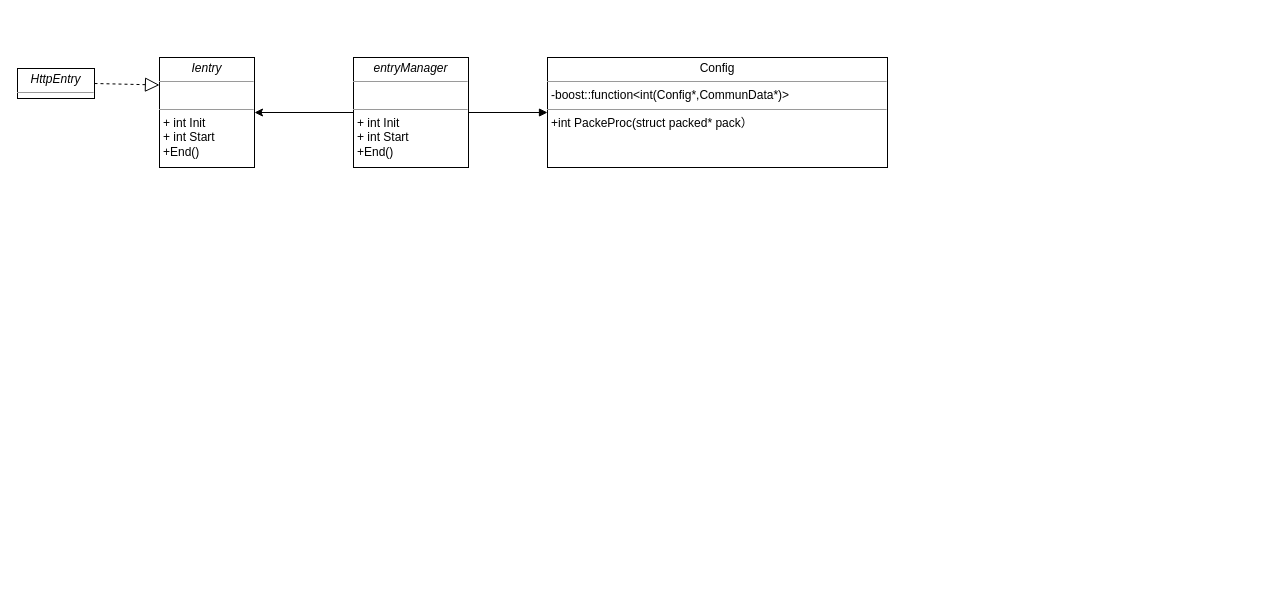
huangPeiLc/drawio keeps this draw.io diagram as 录播get.drawio. Above is the earlier version. Source tidied: cells renumbered, new cells numbered last; positions are measured from the earlier drawing's top-left corner, leaving out a move shared by most shapes. Both pictures are drawn from the tidied source at 100%, with x=0, y=0 at pixel (17, 57).
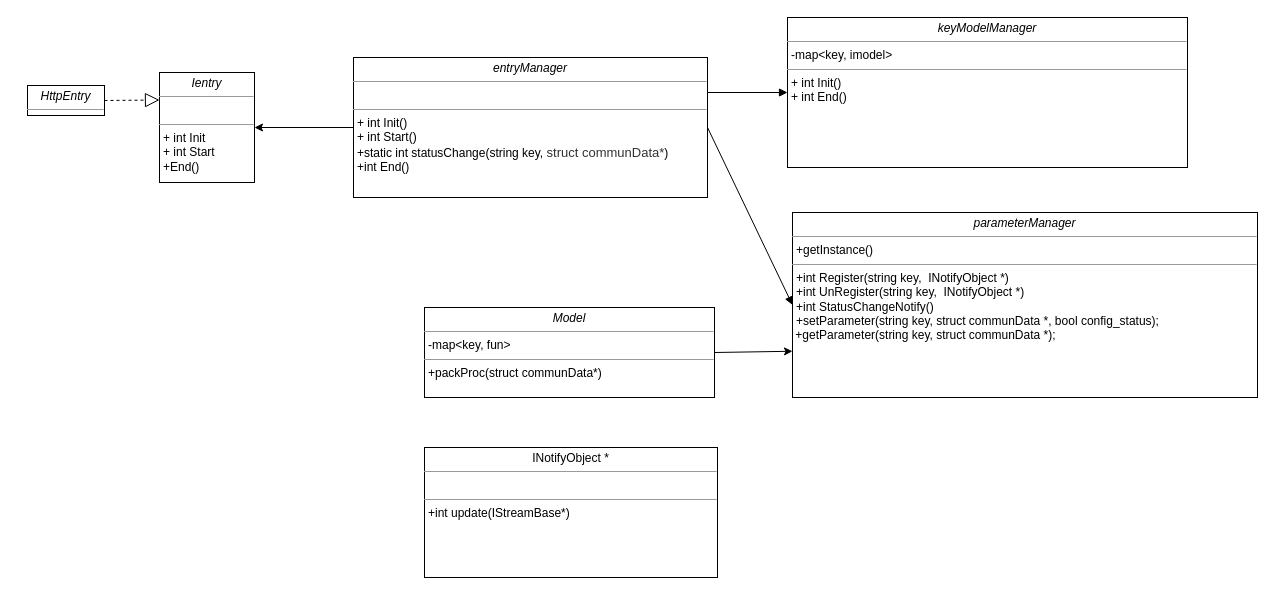
The same diagram, later.

Diff of the diagram source:
```diff
@@
 <mxGraphModel background="#ffffff">
   <root>
     <mxCell id="0" />
     <mxCell id="1" parent="0" />
-    <mxCell id="2" value="&lt;p style=&quot;margin: 4px 0px 0px ; text-align: center&quot;&gt;&lt;span style=&quot;text-align: left&quot;&gt;Config&lt;/span&gt;&lt;br&gt;&lt;/p&gt;&lt;hr size=&quot;1&quot;&gt;&lt;p style=&quot;margin: 0px ; margin-left: 4px&quot;&gt;-boost::function&amp;lt;int(Config*,CommunData*)&amp;gt;&lt;/p&gt;&lt;hr size=&quot;1&quot;&gt;&lt;p style=&quot;margin: 0px ; margin-left: 4px&quot;&gt;+int PackeProc(struct packed* pack）&lt;/p&gt;&lt;br&gt;&lt;p style=&quot;margin: 0px ; margin-left: 4px&quot;&gt;&lt;br&gt;&lt;/p&gt;" style="verticalAlign=top;align=left;overflow=fill;fontSize=12;fontFamily=Helvetica;html=1;rounded=0;shadow=0;comic=0;labelBackgroundColor=none;strokeColor=#000000;strokeWidth=1;fillColor=#ffffff;" parent="1" vertex="1">
-      <mxGeometry x="530" width="340" height="110" as="geometry" />
+    <mxCell id="2" value="&lt;p style=&quot;margin: 4px 0px 0px ; text-align: center&quot;&gt;&lt;i style=&quot;white-space: normal&quot;&gt;&lt;span style=&quot;white-space: nowrap&quot;&gt;parameterManager&lt;/span&gt;&lt;/i&gt;&lt;br&gt;&lt;/p&gt;&lt;hr size=&quot;1&quot;&gt;&lt;p style=&quot;margin: 0px ; margin-left: 4px&quot;&gt;+getInstance()&lt;/p&gt;&lt;hr size=&quot;1&quot;&gt;&lt;p style=&quot;margin: 0px ; margin-left: 4px&quot;&gt;+int Register(string key,&amp;nbsp; INotifyObject *)&lt;/p&gt;&lt;p style=&quot;margin: 0px ; margin-left: 4px&quot;&gt;+int UnRegister(string key,&amp;nbsp; INotifyObject *)&lt;br&gt;&lt;/p&gt;&lt;p style=&quot;margin: 0px ; margin-left: 4px&quot;&gt;+int StatusChangeNotify()&lt;/p&gt;&lt;p style=&quot;margin: 0px ; margin-left: 4px&quot;&gt;+setParameter(string key, struct communData *, bool config_status);&lt;/p&gt;&amp;nbsp;+getParameter(string key, struct communData *);&lt;br&gt;&lt;i style=&quot;text-align: center ; white-space: normal&quot;&gt;&lt;span style=&quot;white-space: nowrap&quot;&gt;&lt;br&gt;&lt;/span&gt;&lt;/i&gt;" style="verticalAlign=top;align=left;overflow=fill;fontSize=12;fontFamily=Helvetica;html=1;rounded=0;shadow=0;comic=0;labelBackgroundColor=none;strokeColor=#000000;strokeWidth=1;fillColor=#ffffff;" parent="1" vertex="1">
+      <mxGeometry x="775" y="155" width="465" height="185" as="geometry" />
     </mxCell>
     <mxCell id="3" value="&lt;p style=&quot;margin: 0px ; margin-top: 4px ; text-align: center&quot;&gt;&lt;i&gt;Ientry&lt;/i&gt;&lt;/p&gt;&lt;hr size=&quot;1&quot;&gt;&lt;p style=&quot;margin: 0px ; margin-left: 4px&quot;&gt;&lt;br&gt;&lt;/p&gt;&lt;hr size=&quot;1&quot;&gt;&lt;p style=&quot;margin: 0px ; margin-left: 4px&quot;&gt;+ int Init&lt;br&gt;+ int Start&lt;/p&gt;&lt;p style=&quot;margin: 0px ; margin-left: 4px&quot;&gt;+End()&lt;/p&gt;" style="verticalAlign=top;align=left;overflow=fill;fontSize=12;fontFamily=Helvetica;html=1;rounded=0;shadow=0;comic=0;labelBackgroundColor=none;strokeColor=#000000;strokeWidth=1;fillColor=#ffffff;" parent="1" vertex="1">
-      <mxGeometry x="142" width="95" height="110" as="geometry" />
+      <mxGeometry x="142" y="15" width="95" height="110" as="geometry" />
     </mxCell>
     <mxCell id="4" value="&lt;p style=&quot;margin: 0px ; margin-top: 4px ; text-align: center&quot;&gt;&lt;i&gt;HttpEntry&lt;/i&gt;&lt;/p&gt;&lt;hr size=&quot;1&quot;&gt;&lt;p style=&quot;margin: 0px ; margin-left: 4px&quot;&gt;&lt;br&gt;&lt;/p&gt;&lt;hr size=&quot;1&quot;&gt;&lt;p style=&quot;margin: 0px ; margin-left: 4px&quot;&gt;&lt;br&gt;&lt;/p&gt;" style="verticalAlign=top;align=left;overflow=fill;fontSize=12;fontFamily=Helvetica;html=1;rounded=0;shadow=0;comic=0;labelBackgroundColor=none;strokeColor=#000000;strokeWidth=1;fillColor=#ffffff;" parent="1" vertex="1">
-      <mxGeometry y="11" width="77" height="30" as="geometry" />
+      <mxGeometry x="10" y="28" width="77" height="30" as="geometry" />
     </mxCell>
     <mxCell id="5" style="endArrow=block;dashed=1;endFill=0;endSize=12;html=1;entryX=0;entryY=0.25;entryDx=0;entryDy=0;exitX=1;exitY=0.5;exitDx=0;exitDy=0;" parent="1" edge="1" source="4" target="3">
       <mxGeometry relative="1" as="geometry" />
     </mxCell>
     <mxCell id="6" style="html=1;verticalAlign=bottom;endArrow=block;entryX=0;entryY=0.5;entryDx=0;entryDy=0;exitX=1;exitY=0.5;exitDx=0;exitDy=0;" parent="1" edge="1" source="8" target="2">
       <mxGeometry relative="1" as="geometry" />
     </mxCell>
     <mxCell id="7" style="edgeStyle=orthogonalEdgeStyle;rounded=0;jettySize=auto;html=1;exitX=0;exitY=0.5;exitDx=0;exitDy=0;entryX=1;entryY=0.5;entryDx=0;entryDy=0;" parent="1" edge="1" source="8" target="3">
       <mxGeometry relative="1" as="geometry" />
     </mxCell>
-    <mxCell id="8" value="&lt;p style=&quot;margin: 0px ; margin-top: 4px ; text-align: center&quot;&gt;&lt;i&gt;entryManager&lt;/i&gt;&lt;/p&gt;&lt;hr size=&quot;1&quot;&gt;&lt;p style=&quot;margin: 0px ; margin-left: 4px&quot;&gt;&lt;br&gt;&lt;/p&gt;&lt;hr size=&quot;1&quot;&gt;&lt;p style=&quot;margin: 0px ; margin-left: 4px&quot;&gt;+ int Init&lt;br&gt;+ int Start&lt;/p&gt;&lt;p style=&quot;margin: 0px ; margin-left: 4px&quot;&gt;+End()&lt;/p&gt;" style="verticalAlign=top;align=left;overflow=fill;fontSize=12;fontFamily=Helvetica;html=1;rounded=0;shadow=0;comic=0;labelBackgroundColor=none;strokeColor=#000000;strokeWidth=1;fillColor=#ffffff;" parent="1" vertex="1">
-      <mxGeometry x="336" width="115" height="110" as="geometry" />
+    <mxCell id="8" value="&lt;p style=&quot;margin: 0px ; margin-top: 4px ; text-align: center&quot;&gt;&lt;i&gt;entryManager&lt;/i&gt;&lt;/p&gt;&lt;hr size=&quot;1&quot;&gt;&lt;p style=&quot;margin: 0px ; margin-left: 4px&quot;&gt;&lt;br&gt;&lt;/p&gt;&lt;hr size=&quot;1&quot;&gt;&lt;p style=&quot;margin: 0px ; margin-left: 4px&quot;&gt;+ int Init()&lt;br&gt;+ int Start()&lt;/p&gt;&lt;p style=&quot;margin: 0px ; margin-left: 4px&quot;&gt;+static int statusChange(string key,&amp;nbsp;&lt;span style=&quot;color: rgb(51 , 51 , 51) ; font-family: &amp;#34;arial&amp;#34; , &amp;#34;pingfang sc&amp;#34; , &amp;#34;stheiti&amp;#34; , &amp;#34;simsun&amp;#34; , sans-serif ; font-size: 13px ; white-space: normal ; background-color: rgb(255 , 255 , 255)&quot;&gt;struct communData*&lt;/span&gt;)&lt;/p&gt;&lt;p style=&quot;margin: 0px ; margin-left: 4px&quot;&gt;+int End()&lt;/p&gt;" style="verticalAlign=top;align=left;overflow=fill;fontSize=12;fontFamily=Helvetica;html=1;rounded=0;shadow=0;comic=0;labelBackgroundColor=none;strokeColor=#000000;strokeWidth=1;fillColor=#ffffff;" parent="1" vertex="1">
+      <mxGeometry x="336" width="354" height="140" as="geometry" />
     </mxCell>
+    <mxCell id="9" value="&lt;p style=&quot;margin: 0px ; margin-top: 4px ; text-align: center&quot;&gt;&lt;i&gt;keyModelManager&lt;/i&gt;&lt;/p&gt;&lt;hr size=&quot;1&quot;&gt;&lt;p style=&quot;margin: 0px ; margin-left: 4px&quot;&gt;-map&amp;lt;key, imodel&amp;gt;&lt;/p&gt;&lt;hr size=&quot;1&quot;&gt;&lt;p style=&quot;margin: 0px ; margin-left: 4px&quot;&gt;+ int Init()&lt;br&gt;+ int End()&lt;/p&gt;&lt;p style=&quot;margin: 0px ; margin-left: 4px&quot;&gt;&lt;br&gt;&lt;/p&gt;" style="verticalAlign=top;align=left;overflow=fill;fontSize=12;fontFamily=Helvetica;html=1;rounded=0;shadow=0;comic=0;labelBackgroundColor=none;strokeColor=#000000;strokeWidth=1;fillColor=#ffffff;" parent="1" vertex="1">
+      <mxGeometry x="770" y="-40" width="400" height="150" as="geometry" />
+    </mxCell>
+    <mxCell id="10" style="html=1;verticalAlign=bottom;endArrow=block;entryX=0;entryY=0.5;entryDx=0;entryDy=0;exitX=1;exitY=0.25;exitDx=0;exitDy=0;" parent="1" edge="1" source="8" target="9">
+      <mxGeometry relative="1" as="geometry" />
+    </mxCell>
+    <mxCell id="11" style="rounded=0;jettySize=auto;html=1;exitX=1;exitY=0.5;exitDx=0;exitDy=0;entryX=0;entryY=0.75;entryDx=0;entryDy=0;" parent="1" edge="1" source="12" target="2">
+      <mxGeometry relative="1" as="geometry" />
+    </mxCell>
+    <mxCell id="12" value="&lt;p style=&quot;margin: 0px ; margin-top: 4px ; text-align: center&quot;&gt;&lt;i&gt;Model&lt;/i&gt;&lt;/p&gt;&lt;hr size=&quot;1&quot;&gt;&lt;p style=&quot;margin: 0px ; margin-left: 4px&quot;&gt;-map&amp;lt;key, fun&amp;gt;&lt;br&gt;&lt;/p&gt;&lt;hr size=&quot;1&quot;&gt;&lt;p style=&quot;margin: 0px ; margin-left: 4px&quot;&gt;+packProc(struct communData*)&lt;/p&gt;" style="verticalAlign=top;align=left;overflow=fill;fontSize=12;fontFamily=Helvetica;html=1;rounded=0;shadow=0;comic=0;labelBackgroundColor=none;strokeColor=#000000;strokeWidth=1;fillColor=#ffffff;" parent="1" vertex="1">
+      <mxGeometry x="407" y="250" width="290" height="90" as="geometry" />
+    </mxCell>
+    <mxCell id="13" value="&lt;p style=&quot;margin: 0px ; margin-top: 4px ; text-align: center&quot;&gt;&lt;span style=&quot;text-align: left&quot;&gt;INotifyObject *&lt;/span&gt;&lt;br&gt;&lt;/p&gt;&lt;hr size=&quot;1&quot;&gt;&lt;p style=&quot;margin: 0px ; margin-left: 4px&quot;&gt;&lt;br&gt;&lt;/p&gt;&lt;hr size=&quot;1&quot;&gt;&lt;p style=&quot;margin: 0px 0px 0px 4px&quot;&gt;+int update(IStreamBase*)&lt;/p&gt;&lt;p style=&quot;margin: 0px 0px 0px 4px&quot;&gt;&lt;br&gt;&lt;/p&gt;&lt;p style=&quot;margin: 0px ; margin-left: 4px&quot;&gt;&lt;br&gt;&lt;/p&gt;" style="verticalAlign=top;align=left;overflow=fill;fontSize=12;fontFamily=Helvetica;html=1;rounded=0;shadow=0;comic=0;labelBackgroundColor=none;strokeColor=#000000;strokeWidth=1;fillColor=#ffffff;" parent="1" vertex="1">
+      <mxGeometry x="407" y="390" width="293" height="130" as="geometry" />
+    </mxCell>
   </root>
 </mxGraphModel>
```
